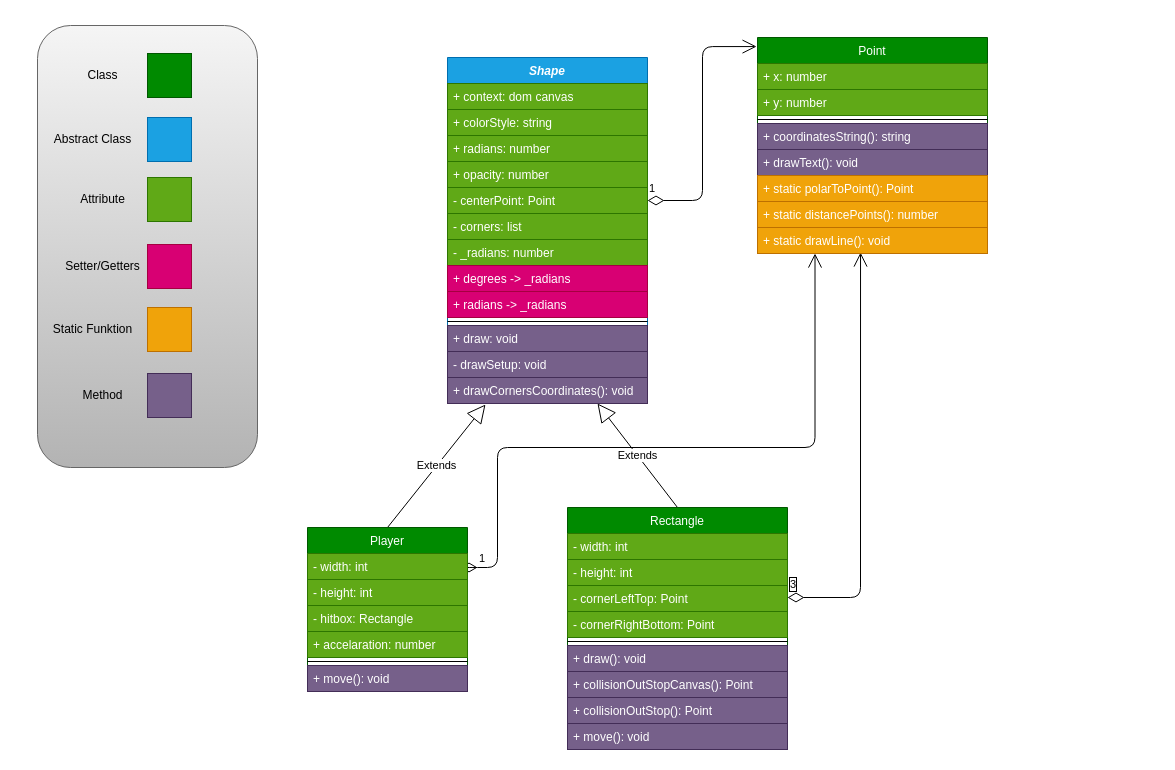
Earlier version of the draw.io diagram Docs/classDiagramm.drawio (BoolPurist/MouseHunter). Source tidied: cells renumbered, new cells numbered last; positions are measured from the earlier drawing's top-left corner, leaving out a move shared by most shapes. Both pictures are drawn from the tidied source at 100%, with x=0, y=0 at pixel (37, 25).
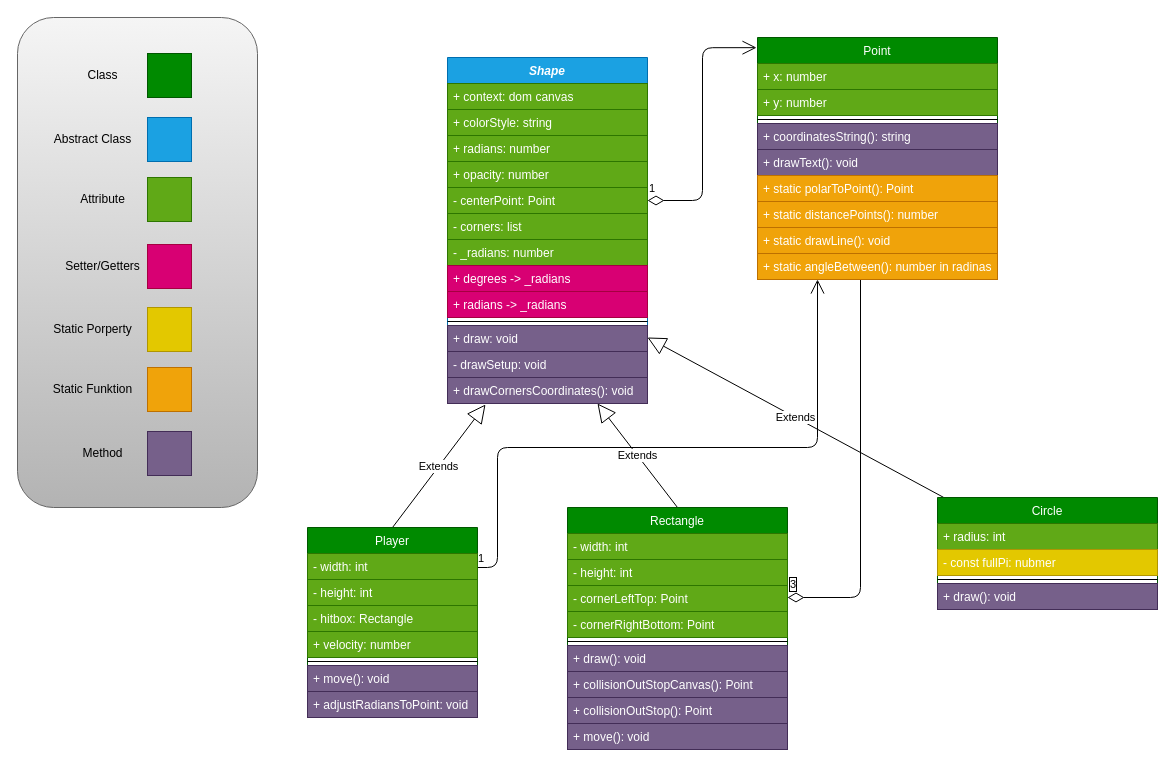
The same diagram, later.

Commit message (it also covers changes not shown here):
Player object now rotates depending on the mouse cursor position. Implmentaion of the object circle.

What changed in the source:
```diff
@@
     <mxCell id="2" style="rounded=1;whiteSpace=wrap;html=1;fillColor=#f5f5f5;strokeColor=#666666;gradientColor=#b3b3b3;" parent="1" vertex="1">
-      <mxGeometry width="220" height="442" as="geometry" />
+      <mxGeometry x="-20" y="-8" width="240" height="490" as="geometry" />
     </mxCell>
@@
     <mxCell id="14" style="whiteSpace=wrap;html=1;fontColor=#ffffff;align=left;verticalAlign=top;strokeColor=#BD7000;fillColor=#f0a30a;gradientColor=none;spacingLeft=4;spacingRight=4;" parent="1" vertex="1">
-      <mxGeometry x="110" y="282" width="44" height="44" as="geometry" />
+      <mxGeometry x="110" y="342" width="44" height="44" as="geometry" />
     </mxCell>
     <mxCell id="15" value="Static Funktion" style="text;html=1;align=center;verticalAlign=middle;fontColor=#000000;" parent="1" vertex="1">
-      <mxGeometry x="10" y="294" width="90" height="20" as="geometry" />
+      <mxGeometry x="10" y="354" width="90" height="20" as="geometry" />
     </mxCell>
     <mxCell id="16" style="whiteSpace=wrap;html=1;fontColor=#ffffff;align=left;verticalAlign=top;strokeColor=#432D57;fillColor=#76608a;gradientColor=none;spacingLeft=4;spacingRight=4;" parent="1" vertex="1">
-      <mxGeometry x="110" y="348" width="44" height="44" as="geometry" />
+      <mxGeometry x="110" y="406" width="44" height="44" as="geometry" />
     </mxCell>
     <mxCell id="17" value="Method" style="text;html=1;align=center;verticalAlign=middle;fontColor=#000000;" parent="1" vertex="1">
-      <mxGeometry x="35" y="360" width="60" height="20" as="geometry" />
+      <mxGeometry x="35" y="418" width="60" height="20" as="geometry" />
     </mxCell>
     <mxCell id="18" value="Player" style="swimlane;fontStyle=0;align=center;verticalAlign=middle;horizontal=1;startSize=26;fontColor=#ffffff;strokeColor=#005700;fillColor=#008a00;" parent="1" vertex="1">
-      <mxGeometry x="270" y="502" width="160" height="164" as="geometry" />
+      <mxGeometry x="270" y="502" width="170" height="190" as="geometry" />
     </mxCell>
     <mxCell id="19" value="- width: int" style="text;strokeColor=#2D7600;fillColor=#60a917;align=left;verticalAlign=top;spacingLeft=4;spacingRight=4;overflow=hidden;fontColor=#ffffff;" parent="18" vertex="1">
-      <mxGeometry y="26" width="160" height="26" as="geometry" />
+      <mxGeometry y="26" width="170" height="26" as="geometry" />
     </mxCell>
     <mxCell id="20" value="- height: int" style="text;strokeColor=#2D7600;fillColor=#60a917;align=left;verticalAlign=top;spacingLeft=4;spacingRight=4;overflow=hidden;fontColor=#ffffff;" parent="18" vertex="1">
-      <mxGeometry y="52" width="160" height="26" as="geometry" />
+      <mxGeometry y="52" width="170" height="26" as="geometry" />
     </mxCell>
     <mxCell id="21" value="- hitbox: Rectangle" style="text;strokeColor=#2D7600;fillColor=#60a917;align=left;verticalAlign=top;spacingLeft=4;spacingRight=4;overflow=hidden;fontColor=#ffffff;" parent="18" vertex="1">
-      <mxGeometry y="78" width="160" height="26" as="geometry" />
+      <mxGeometry y="78" width="170" height="26" as="geometry" />
     </mxCell>
-    <mxCell id="22" value="+ accelaration: number" style="text;strokeColor=#2D7600;fillColor=#60a917;align=left;verticalAlign=top;spacingLeft=4;spacingRight=4;overflow=hidden;fontColor=#ffffff;" parent="18" vertex="1">
-      <mxGeometry y="104" width="160" height="26" as="geometry" />
+    <mxCell id="22" value="+ velocity: number" style="text;strokeColor=#2D7600;fillColor=#60a917;align=left;verticalAlign=top;spacingLeft=4;spacingRight=4;overflow=hidden;fontColor=#ffffff;" parent="18" vertex="1">
+      <mxGeometry y="104" width="170" height="26" as="geometry" />
     </mxCell>
     <mxCell id="23" style="line;strokeWidth=1;fillColor=none;align=left;verticalAlign=middle;spacingTop=-1;spacingLeft=3;spacingRight=3;labelPosition=right;" parent="18" vertex="1">
-      <mxGeometry y="130" width="160" height="8" as="geometry" />
+      <mxGeometry y="130" width="170" height="8" as="geometry" />
     </mxCell>
     <mxCell id="24" value="+ move(): void" style="text;strokeColor=#432D57;fillColor=#76608a;align=left;verticalAlign=top;spacingLeft=4;spacingRight=4;overflow=hidden;fontColor=#ffffff;" parent="18" vertex="1">
-      <mxGeometry y="138" width="160" height="26" as="geometry" />
+      <mxGeometry y="138" width="170" height="26" as="geometry" />
     </mxCell>
+    <mxCell id="60" value="+ adjustRadiansToPoint: void" style="text;strokeColor=#432D57;fillColor=#76608a;align=left;verticalAlign=top;spacingLeft=4;spacingRight=4;overflow=hidden;fontColor=#ffffff;" parent="18" vertex="1">
+      <mxGeometry y="164" width="170" height="26" as="geometry" />
+    </mxCell>
@@
     <mxCell id="49" value="Point" style="swimlane;fontStyle=0;horizontal=1;startSize=26;fillColor=#008a00;strokeColor=#005700;fontColor=#ffffff;" parent="1" vertex="1">
-      <mxGeometry x="720" y="12" width="230" height="216" as="geometry" />
+      <mxGeometry x="720" y="12" width="240" height="242" as="geometry" />
     </mxCell>
     <mxCell id="50" value="+ x: number" style="text;strokeColor=#2D7600;fillColor=#60a917;align=left;verticalAlign=top;spacingLeft=4;spacingRight=4;overflow=hidden;fontColor=#ffffff;" parent="49" vertex="1">
-      <mxGeometry y="26" width="230" height="26" as="geometry" />
+      <mxGeometry y="26" width="240" height="26" as="geometry" />
     </mxCell>
     <mxCell id="51" value="+ y: number" style="text;strokeColor=#2D7600;fillColor=#60a917;align=left;verticalAlign=top;spacingLeft=4;spacingRight=4;overflow=hidden;fontColor=#ffffff;" parent="49" vertex="1">
-      <mxGeometry y="52" width="230" height="26" as="geometry" />
+      <mxGeometry y="52" width="240" height="26" as="geometry" />
     </mxCell>
     <mxCell id="52" style="line;strokeWidth=1;fillColor=none;align=left;verticalAlign=middle;spacingTop=-1;spacingLeft=3;spacingRight=3;labelPosition=right;" parent="49" vertex="1">
-      <mxGeometry y="78" width="230" height="8" as="geometry" />
+      <mxGeometry y="78" width="240" height="8" as="geometry" />
     </mxCell>
     <mxCell id="53" value="+ coordinatesString(): string" style="text;strokeColor=#432D57;fillColor=#76608a;align=left;verticalAlign=top;spacingLeft=4;spacingRight=4;overflow=hidden;fontColor=#ffffff;" parent="49" vertex="1">
-      <mxGeometry y="86" width="230" height="26" as="geometry" />
+      <mxGeometry y="86" width="240" height="26" as="geometry" />
     </mxCell>
     <mxCell id="54" value="+ drawText(): void" style="text;strokeColor=#432D57;fillColor=#76608a;align=left;verticalAlign=top;spacingLeft=4;spacingRight=4;overflow=hidden;fontColor=#ffffff;" parent="49" vertex="1">
-      <mxGeometry y="112" width="230" height="26" as="geometry" />
+      <mxGeometry y="112" width="240" height="26" as="geometry" />
     </mxCell>
     <mxCell id="55" value="+ static polarToPoint(): Point" style="text;strokeColor=#BD7000;fillColor=#f0a30a;align=left;verticalAlign=top;spacingLeft=4;spacingRight=4;overflow=hidden;fontColor=#ffffff;" parent="49" vertex="1">
-      <mxGeometry y="138" width="230" height="26" as="geometry" />
+      <mxGeometry y="138" width="240" height="26" as="geometry" />
     </mxCell>
     <mxCell id="56" value="+ static distancePoints(): number" style="text;strokeColor=#BD7000;fillColor=#f0a30a;align=left;verticalAlign=top;spacingLeft=4;spacingRight=4;overflow=hidden;fontColor=#ffffff;" parent="49" vertex="1">
-      <mxGeometry y="164" width="230" height="26" as="geometry" />
+      <mxGeometry y="164" width="240" height="26" as="geometry" />
     </mxCell>
     <mxCell id="57" value="+ static drawLine(): void" style="text;strokeColor=#BD7000;fillColor=#f0a30a;align=left;verticalAlign=top;spacingLeft=4;spacingRight=4;overflow=hidden;points=[[0,0.5],[1,0.5]];portConstraint=eastwest;fontColor=#ffffff;" parent="49" vertex="1">
-      <mxGeometry y="190" width="230" height="26" as="geometry" />
+      <mxGeometry y="190" width="240" height="26" as="geometry" />
     </mxCell>
+    <mxCell id="61" value="+ static angleBetween(): number in radinas" style="text;strokeColor=#BD7000;fillColor=#f0a30a;align=left;verticalAlign=top;spacingLeft=4;spacingRight=4;overflow=hidden;fontColor=#ffffff;" parent="49" vertex="1">
+      <mxGeometry y="216" width="240" height="26" as="geometry" />
+    </mxCell>
@@
+    <mxCell id="62" style="whiteSpace=wrap;html=1;fontColor=#ffffff;align=left;verticalAlign=top;strokeColor=#B09500;fillColor=#e3c800;gradientColor=none;spacingLeft=4;spacingRight=4;" parent="1" vertex="1">
+      <mxGeometry x="110" y="282" width="44" height="44" as="geometry" />
+    </mxCell>
+    <mxCell id="63" value="Static Porperty" style="text;html=1;align=center;verticalAlign=middle;fontColor=#000000;" parent="1" vertex="1">
+      <mxGeometry x="10" y="294" width="90" height="20" as="geometry" />
+    </mxCell>
+    <mxCell id="64" value="Extends" style="endArrow=block;endSize=16;endFill=0;html=1;" parent="1" edge="1" source="65">
+      <mxGeometry relative="1" as="geometry">
+        <mxPoint x="610" y="312" as="targetPoint" />
+      </mxGeometry>
+    </mxCell>
+    <mxCell id="65" value="Circle" style="swimlane;fontStyle=0;align=center;verticalAlign=middle;horizontal=1;startSize=26;fontColor=#ffffff;strokeColor=#005700;fillColor=#008a00;" parent="1" vertex="1">
+      <mxGeometry x="900" y="472" width="220" height="112" as="geometry" />
+    </mxCell>
+    <mxCell id="66" value="+ radius: int" style="text;strokeColor=#2D7600;fillColor=#60a917;align=left;verticalAlign=top;spacingLeft=4;spacingRight=4;overflow=hidden;fontColor=#ffffff;" parent="65" vertex="1">
+      <mxGeometry y="26" width="220" height="26" as="geometry" />
+    </mxCell>
+    <mxCell id="67" value="- const fullPi: nubmer" style="text;strokeColor=#B09500;fillColor=#e3c800;align=left;verticalAlign=top;spacingLeft=4;spacingRight=4;overflow=hidden;fontColor=#ffffff;" parent="65" vertex="1">
+      <mxGeometry y="52" width="220" height="26" as="geometry" />
+    </mxCell>
+    <mxCell id="68" style="line;strokeWidth=1;fillColor=none;align=left;verticalAlign=middle;spacingTop=-1;spacingLeft=3;spacingRight=3;labelPosition=right;" parent="65" vertex="1">
+      <mxGeometry y="78" width="220" height="8" as="geometry" />
+    </mxCell>
+    <mxCell id="69" value="+ draw(): void" style="text;strokeColor=#432D57;fillColor=#76608a;align=left;verticalAlign=top;spacingLeft=4;spacingRight=4;overflow=hidden;fontColor=#ffffff;" parent="65" vertex="1">
+      <mxGeometry y="86" width="220" height="26" as="geometry" />
+    </mxCell>
```
